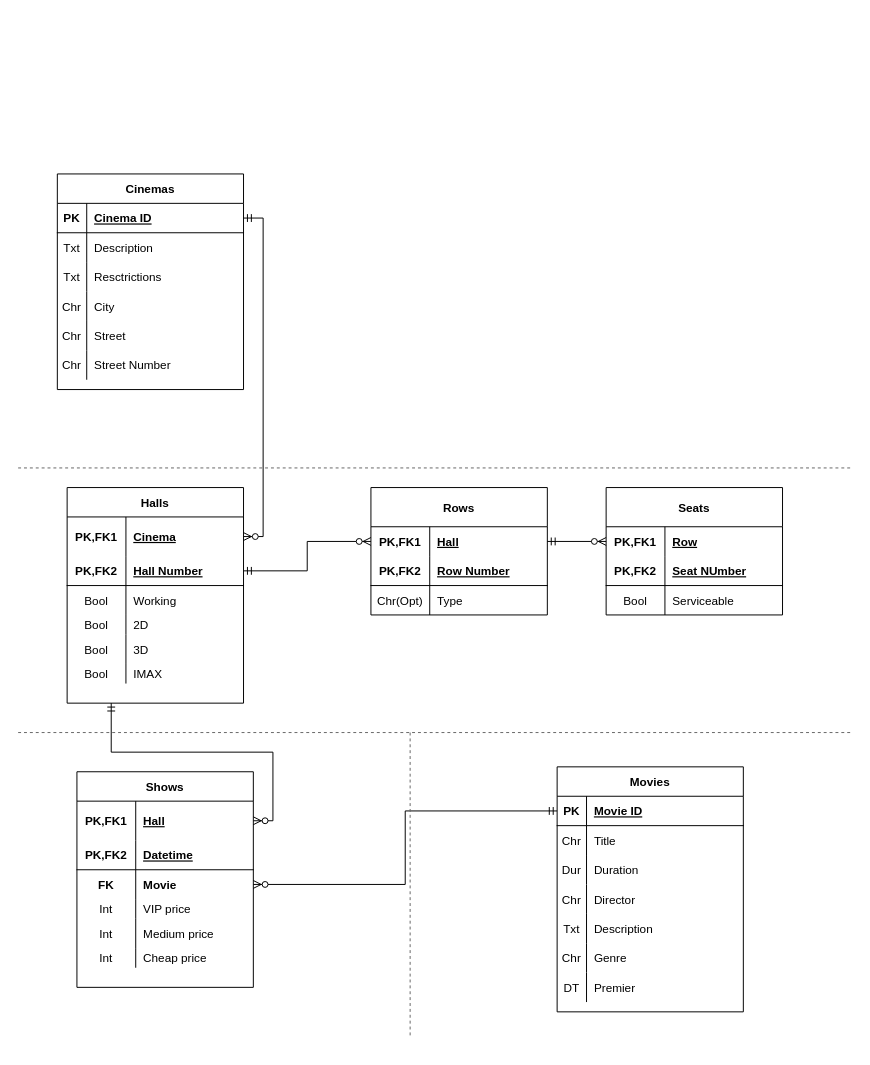
Earlier version of the draw.io diagram description/db.drawio (pointuseless/kinocms). Source tidied: cells renumbered, new cells numbered last; positions are measured from the earlier drawing's top-left corner, leaving out a move shared by most shapes. Both pictures are drawn from the tidied source at 98%, with x=0, y=0 at pixel (18, 173).
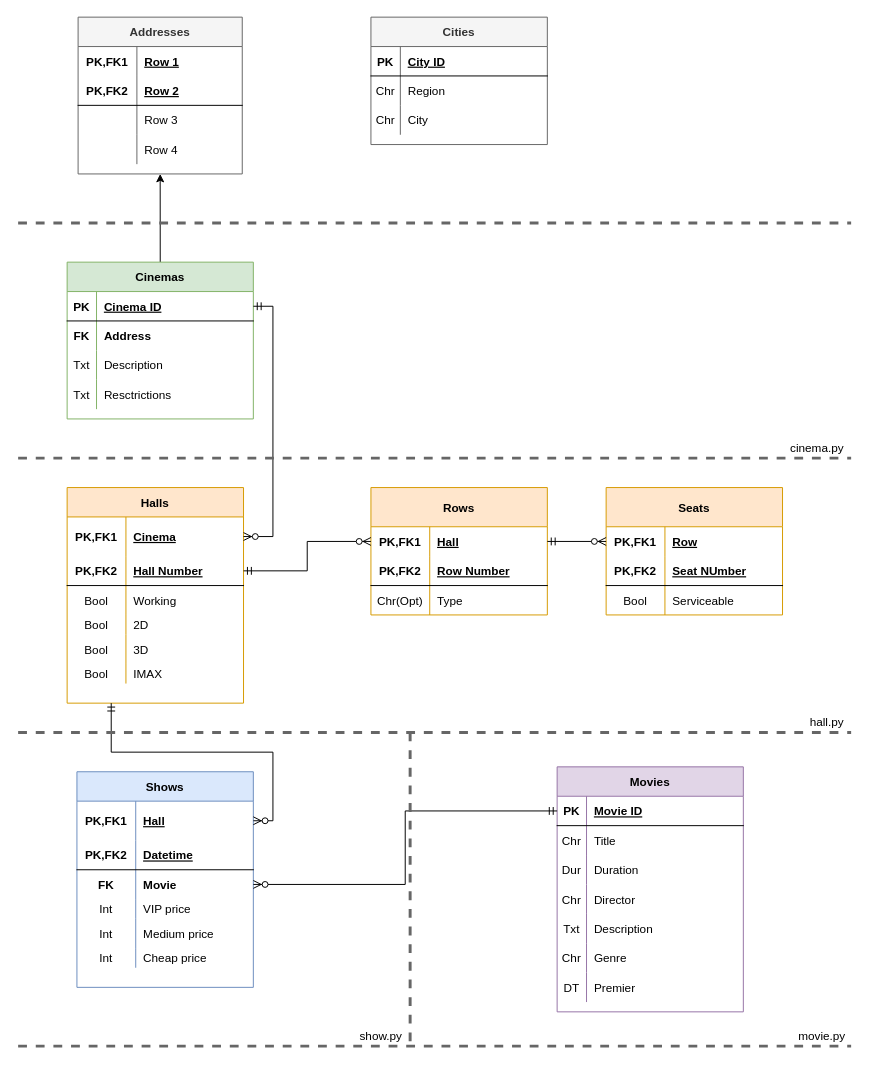
The same diagram, later.

Change to the diagram source:
```diff
@@
-    <mxCell id="2" value="Shows" style="shape=table;startSize=30;childLayout=tableLayout;rowLines=0;fontStyle=1;align=center;columnLines=1;resizeLastRow=0;" parent="1" vertex="1">
+    <mxCell id="2" value="Shows" style="shape=table;startSize=30;childLayout=tableLayout;rowLines=0;fontStyle=1;align=center;columnLines=1;resizeLastRow=0;fillColor=#dae8fc;strokeColor=#6c8ebf;swimlaneFillColor=#ffffff;" parent="1" vertex="1">
       <mxGeometry x="60" y="610" width="180" height="220" as="geometry" />
     </mxCell>
@@
-    <mxCell id="21" value="Halls" style="shape=table;startSize=30;childLayout=tableLayout;rowLines=0;fontStyle=1;align=center;columnLines=1;resizeLastRow=0;" parent="1" vertex="1">
+    <mxCell id="21" value="Halls" style="shape=table;startSize=30;childLayout=tableLayout;rowLines=0;fontStyle=1;align=center;columnLines=1;resizeLastRow=0;fillColor=#ffe6cc;strokeColor=#d79b00;swimlaneFillColor=#ffffff;" parent="1" vertex="1">
       <mxGeometry x="50" y="320" width="180" height="220" as="geometry" />
     </mxCell>
@@
-    <mxCell id="40" value="Movies" style="shape=table;startSize=30;childLayout=tableLayout;rowLines=0;fontStyle=1;align=center;" parent="1" vertex="1">
+    <mxCell id="40" value="Movies" style="shape=table;startSize=30;childLayout=tableLayout;rowLines=0;fontStyle=1;align=center;fillColor=#e1d5e7;strokeColor=#9673a6;swimlaneFillColor=#ffffff;" parent="1" vertex="1">
       <mxGeometry x="550" y="605" width="190" height="250" as="geometry" />
     </mxCell>
@@
-    <mxCell id="64" value="Rows" style="shape=table;startSize=40;childLayout=tableLayout;rowLines=0;fontStyle=1;align=center;" parent="1" vertex="1">
+    <mxCell id="64" value="Rows" style="shape=table;startSize=40;childLayout=tableLayout;rowLines=0;fontStyle=1;align=center;fillColor=#ffe6cc;strokeColor=#d79b00;swimlaneFillColor=#ffffff;" parent="1" vertex="1">
       <mxGeometry x="360" y="320" width="180" height="130" as="geometry" />
     </mxCell>
@@
-    <mxCell id="75" value="Seats" style="shape=table;startSize=40;childLayout=tableLayout;rowLines=0;fontStyle=1;align=center;" parent="1" vertex="1">
+    <mxCell id="75" value="Seats" style="shape=table;startSize=40;childLayout=tableLayout;rowLines=0;fontStyle=1;align=center;fillColor=#ffe6cc;strokeColor=#d79b00;swimlaneFillColor=#ffffff;" parent="1" vertex="1">
       <mxGeometry x="600" y="320" width="180" height="130" as="geometry" />
     </mxCell>
@@
+    <mxCell id="109" style="edgeStyle=orthogonalEdgeStyle;rounded=0;jettySize=auto;html=1;exitX=0.5;exitY=0;exitDx=0;exitDy=0;entryX=0.5;entryY=1;entryDx=0;entryDy=0;strokeWidth=1;" parent="1" edge="1" source="86" target="113">
+      <mxGeometry relative="1" as="geometry" />
+    </mxCell>
-    <mxCell id="86" value="Cinemas" style="shape=table;startSize=30;childLayout=tableLayout;rowLines=0;fontStyle=1;align=center;" parent="1" vertex="1">
-      <mxGeometry x="40" width="190" height="220" as="geometry" />
+    <mxCell id="86" value="Cinemas" style="shape=table;startSize=30;childLayout=tableLayout;rowLines=0;fontStyle=1;align=center;fillColor=#d5e8d4;strokeColor=#82b366;swimlaneFillColor=#ffffff;" parent="1" vertex="1">
+      <mxGeometry x="50" y="90" width="190" height="160" as="geometry" />
     </mxCell>
@@
+    <mxCell id="110" style="shape=partialRectangle;fillColor=none;top=0;left=0;bottom=0;right=0;" parent="86" vertex="1">
+      <mxGeometry y="60" width="190" height="30" as="geometry" />
+    </mxCell>
+    <mxCell id="111" value="FK" style="shape=partialRectangle;fillColor=none;top=0;left=0;bottom=0;right=0;fontStyle=1;overflow=hidden;" parent="110" vertex="1">
+      <mxGeometry width="30" height="30" as="geometry" />
+    </mxCell>
+    <mxCell id="112" value="Address" style="shape=partialRectangle;fillColor=none;top=0;left=0;bottom=0;right=0;align=left;spacingLeft=6;fontStyle=1;overflow=hidden;" parent="110" vertex="1">
+      <mxGeometry x="30" width="160" height="30" as="geometry" />
+    </mxCell>
     <mxCell id="90" style="shape=partialRectangle;fillColor=none;top=0;left=0;bottom=0;right=0;" parent="86" vertex="1">
-      <mxGeometry y="60" width="190" height="30" as="geometry" />
+      <mxGeometry y="90" width="190" height="30" as="geometry" />
     </mxCell>
@@
     <mxCell id="93" style="shape=partialRectangle;fillColor=none;top=0;left=0;bottom=0;right=0;" parent="86" vertex="1">
-      <mxGeometry y="90" width="190" height="30" as="geometry" />
+      <mxGeometry y="120" width="190" height="30" as="geometry" />
     </mxCell>
@@
-    <mxCell id="96" style="shape=partialRectangle;fillColor=none;top=0;left=0;bottom=0;right=0;" parent="86" vertex="1">
-      <mxGeometry y="120" width="190" height="30" as="geometry" />
-    </mxCell>
-    <mxCell id="97" value="Chr" style="shape=partialRectangle;fillColor=none;top=0;left=0;bottom=0;right=0;overflow=hidden;" parent="96" vertex="1">
-      <mxGeometry width="30" height="30" as="geometry" />
-    </mxCell>
-    <mxCell id="98" value="City" style="shape=partialRectangle;fillColor=none;top=0;left=0;bottom=0;right=0;align=left;spacingLeft=6;overflow=hidden;" parent="96" vertex="1">
-      <mxGeometry x="30" width="160" height="30" as="geometry" />
-    </mxCell>
-    <mxCell id="99" style="shape=partialRectangle;fillColor=none;top=0;left=0;bottom=0;right=0;" parent="86" vertex="1">
-      <mxGeometry y="150" width="190" height="30" as="geometry" />
-    </mxCell>
-    <mxCell id="100" value="Chr" style="shape=partialRectangle;fillColor=none;top=0;left=0;bottom=0;right=0;overflow=hidden;" parent="99" vertex="1">
-      <mxGeometry width="30" height="30" as="geometry" />
-    </mxCell>
-    <mxCell id="101" value="Street" style="shape=partialRectangle;fillColor=none;top=0;left=0;bottom=0;right=0;align=left;spacingLeft=6;overflow=hidden;" parent="99" vertex="1">
-      <mxGeometry x="30" width="160" height="30" as="geometry" />
-    </mxCell>
-    <mxCell id="102" style="shape=partialRectangle;fillColor=none;top=0;left=0;bottom=0;right=0;" parent="86" vertex="1">
-      <mxGeometry y="180" width="190" height="30" as="geometry" />
-    </mxCell>
-    <mxCell id="103" value="Chr" style="shape=partialRectangle;fillColor=none;top=0;left=0;bottom=0;right=0;overflow=hidden;" parent="102" vertex="1">
-      <mxGeometry width="30" height="30" as="geometry" />
-    </mxCell>
-    <mxCell id="104" value="Street Number" style="shape=partialRectangle;fillColor=none;top=0;left=0;bottom=0;right=0;align=left;spacingLeft=6;overflow=hidden;" parent="102" vertex="1">
-      <mxGeometry x="30" width="160" height="30" as="geometry" />
-    </mxCell>
@@
-    <mxCell id="106" style="endArrow=none;dashed=1;html=1;fontColor=#FF9933;fillColor=#f5f5f5;strokeColor=#666666;" parent="1" edge="1">
+    <mxCell id="106" style="endArrow=none;dashed=1;html=1;fontColor=#FF9933;fillColor=#f5f5f5;strokeColor=#666666;strokeWidth=3;" parent="1" edge="1">
       <mxGeometry relative="1" as="geometry">
-        <mxPoint y="300" as="sourcePoint" />
-        <mxPoint x="850" y="300" as="targetPoint" />
+        <mxPoint y="290" as="sourcePoint" />
+        <mxPoint x="850" y="290" as="targetPoint" />
       </mxGeometry>
     </mxCell>
-    <mxCell id="107" style="endArrow=none;dashed=1;html=1;fillColor=#f5f5f5;strokeColor=#666666;" parent="1" edge="1">
+    <mxCell id="107" style="endArrow=none;dashed=1;html=1;fillColor=#f5f5f5;strokeColor=#666666;strokeWidth=3;" parent="1" edge="1">
       <mxGeometry relative="1" as="geometry">
         <mxPoint y="570" as="sourcePoint" />
         <mxPoint x="850" y="570" as="targetPoint" />
       </mxGeometry>
     </mxCell>
-    <mxCell id="108" style="endArrow=none;dashed=1;html=1;fillColor=#f5f5f5;strokeColor=#666666;" parent="1" edge="1">
+    <mxCell id="108" style="endArrow=none;dashed=1;html=1;fillColor=#f5f5f5;strokeColor=#666666;strokeWidth=3;" parent="1" edge="1">
       <mxGeometry relative="1" as="geometry">
         <mxPoint x="400" y="570" as="sourcePoint" />
-        <mxPoint x="400" y="880" as="targetPoint" />
+        <mxPoint x="400" y="890" as="targetPoint" />
       </mxGeometry>
     </mxCell>
+    <mxCell id="113" value="Addresses" style="shape=table;startSize=30;childLayout=tableLayout;rowLines=0;fontStyle=1;align=center;fillColor=#f5f5f5;strokeColor=#666666;fontColor=#333333;swimlaneFillColor=#ffffff;" parent="1" vertex="1">
+      <mxGeometry x="61.2" y="-160" width="167.5" height="160" as="geometry" />
+    </mxCell>
+    <mxCell id="114" style="shape=partialRectangle;fillColor=none;top=0;left=0;bottom=0;right=0;" parent="113" vertex="1">
+      <mxGeometry y="30" width="167.5" height="30" as="geometry" />
+    </mxCell>
+    <mxCell id="115" value="PK,FK1" style="shape=partialRectangle;fillColor=none;top=0;left=0;bottom=0;right=0;fontStyle=1;overflow=hidden;" parent="114" vertex="1">
+      <mxGeometry width="60" height="30" as="geometry" />
+    </mxCell>
+    <mxCell id="116" value="Row 1" style="shape=partialRectangle;fillColor=none;top=0;left=0;bottom=0;right=0;align=left;spacingLeft=6;fontStyle=5;overflow=hidden;" parent="114" vertex="1">
+      <mxGeometry x="60" width="107.5" height="30" as="geometry" />
+    </mxCell>
+    <mxCell id="117" style="shape=partialRectangle;fillColor=none;top=0;left=0;bottom=1;right=0;" parent="113" vertex="1">
+      <mxGeometry y="60" width="167.5" height="30" as="geometry" />
+    </mxCell>
+    <mxCell id="118" value="PK,FK2" style="shape=partialRectangle;fillColor=none;top=0;left=0;bottom=0;right=0;fontStyle=1;overflow=hidden;" parent="117" vertex="1">
+      <mxGeometry width="60" height="30" as="geometry" />
+    </mxCell>
+    <mxCell id="119" value="Row 2" style="shape=partialRectangle;fillColor=none;top=0;left=0;bottom=0;right=0;align=left;spacingLeft=6;fontStyle=5;overflow=hidden;" parent="117" vertex="1">
+      <mxGeometry x="60" width="107.5" height="30" as="geometry" />
+    </mxCell>
+    <mxCell id="120" style="shape=partialRectangle;fillColor=none;top=0;left=0;bottom=0;right=0;" parent="113" vertex="1">
+      <mxGeometry y="90" width="167.5" height="30" as="geometry" />
+    </mxCell>
+    <mxCell id="121" style="shape=partialRectangle;fillColor=none;top=0;left=0;bottom=0;right=0;overflow=hidden;" parent="120" vertex="1">
+      <mxGeometry width="60" height="30" as="geometry" />
+    </mxCell>
+    <mxCell id="122" value="Row 3" style="shape=partialRectangle;fillColor=none;top=0;left=0;bottom=0;right=0;align=left;spacingLeft=6;overflow=hidden;" parent="120" vertex="1">
+      <mxGeometry x="60" width="107.5" height="30" as="geometry" />
+    </mxCell>
+    <mxCell id="123" style="shape=partialRectangle;fillColor=none;top=0;left=0;bottom=0;right=0;" parent="113" vertex="1">
+      <mxGeometry y="120" width="167.5" height="30" as="geometry" />
+    </mxCell>
+    <mxCell id="124" style="shape=partialRectangle;fillColor=none;top=0;left=0;bottom=0;right=0;overflow=hidden;" parent="123" vertex="1">
+      <mxGeometry width="60" height="30" as="geometry" />
+    </mxCell>
+    <mxCell id="125" value="Row 4" style="shape=partialRectangle;fillColor=none;top=0;left=0;bottom=0;right=0;align=left;spacingLeft=6;overflow=hidden;" parent="123" vertex="1">
+      <mxGeometry x="60" width="107.5" height="30" as="geometry" />
+    </mxCell>
+    <mxCell id="126" style="endArrow=none;dashed=1;html=1;fontColor=#FF9933;fillColor=#f5f5f5;strokeColor=#666666;strokeWidth=3;" parent="1" edge="1">
+      <mxGeometry relative="1" as="geometry">
+        <mxPoint y="50" as="sourcePoint" />
+        <mxPoint x="850" y="50" as="targetPoint" />
+      </mxGeometry>
+    </mxCell>
+    <mxCell id="127" value="Cities" style="shape=table;startSize=30;childLayout=tableLayout;rowLines=0;fontStyle=1;align=center;fillColor=#f5f5f5;strokeColor=#666666;fontColor=#333333;swimlaneFillColor=#ffffff;" parent="1" vertex="1">
+      <mxGeometry x="360" y="-160" width="180" height="130" as="geometry" />
+    </mxCell>
+    <mxCell id="128" style="shape=partialRectangle;fillColor=none;top=0;left=0;bottom=1;right=0;" parent="127" vertex="1">
+      <mxGeometry y="30" width="180" height="30" as="geometry" />
+    </mxCell>
+    <mxCell id="129" value="PK" style="shape=partialRectangle;fillColor=none;top=0;left=0;bottom=0;right=0;fontStyle=1;overflow=hidden;" parent="128" vertex="1">
+      <mxGeometry width="30" height="30" as="geometry" />
+    </mxCell>
+    <mxCell id="130" value="City ID" style="shape=partialRectangle;fillColor=none;top=0;left=0;bottom=0;right=0;align=left;spacingLeft=6;fontStyle=5;overflow=hidden;" parent="128" vertex="1">
+      <mxGeometry x="30" width="150" height="30" as="geometry" />
+    </mxCell>
+    <mxCell id="131" style="shape=partialRectangle;fillColor=none;top=0;left=0;bottom=0;right=0;" parent="127" vertex="1">
+      <mxGeometry y="60" width="180" height="30" as="geometry" />
+    </mxCell>
+    <mxCell id="132" value="Chr" style="shape=partialRectangle;fillColor=none;top=0;left=0;bottom=0;right=0;overflow=hidden;" parent="131" vertex="1">
+      <mxGeometry width="30" height="30" as="geometry" />
+    </mxCell>
+    <mxCell id="133" value="Region" style="shape=partialRectangle;fillColor=none;top=0;left=0;bottom=0;right=0;align=left;spacingLeft=6;overflow=hidden;" parent="131" vertex="1">
+      <mxGeometry x="30" width="150" height="30" as="geometry" />
+    </mxCell>
+    <mxCell id="134" style="shape=partialRectangle;fillColor=none;top=0;left=0;bottom=0;right=0;" parent="127" vertex="1">
+      <mxGeometry y="90" width="180" height="30" as="geometry" />
+    </mxCell>
+    <mxCell id="135" value="Chr" style="shape=partialRectangle;fillColor=none;top=0;left=0;bottom=0;right=0;overflow=hidden;" parent="134" vertex="1">
+      <mxGeometry width="30" height="30" as="geometry" />
+    </mxCell>
+    <mxCell id="98" value="City" style="shape=partialRectangle;fillColor=none;top=0;left=0;bottom=0;right=0;align=left;spacingLeft=6;overflow=hidden;" parent="134" vertex="1">
+      <mxGeometry x="30" width="150" height="30" as="geometry" />
+    </mxCell>
+    <mxCell id="136" value="hall.py" style="text;html=1;align=center;verticalAlign=middle;" parent="1" vertex="1">
+      <mxGeometry x="800" y="550" width="50" height="20" as="geometry" />
+    </mxCell>
+    <mxCell id="137" value="cinema.py" style="text;html=1;align=center;verticalAlign=middle;" parent="1" vertex="1">
+      <mxGeometry x="780" y="270" width="70" height="20" as="geometry" />
+    </mxCell>
+    <mxCell id="138" style="endArrow=none;dashed=1;html=1;fillColor=#f5f5f5;strokeColor=#666666;strokeWidth=3;" parent="1" edge="1">
+      <mxGeometry relative="1" as="geometry">
+        <mxPoint y="890" as="sourcePoint" />
+        <mxPoint x="850" y="890" as="targetPoint" />
+      </mxGeometry>
+    </mxCell>
+    <mxCell id="139" value="movie.py" style="text;html=1;align=center;verticalAlign=middle;" parent="1" vertex="1">
+      <mxGeometry x="790" y="870" width="60" height="20" as="geometry" />
+    </mxCell>
+    <mxCell id="140" value="show.py" style="text;html=1;align=center;verticalAlign=middle;" parent="1" vertex="1">
+      <mxGeometry x="340" y="870" width="60" height="20" as="geometry" />
+    </mxCell>
```
